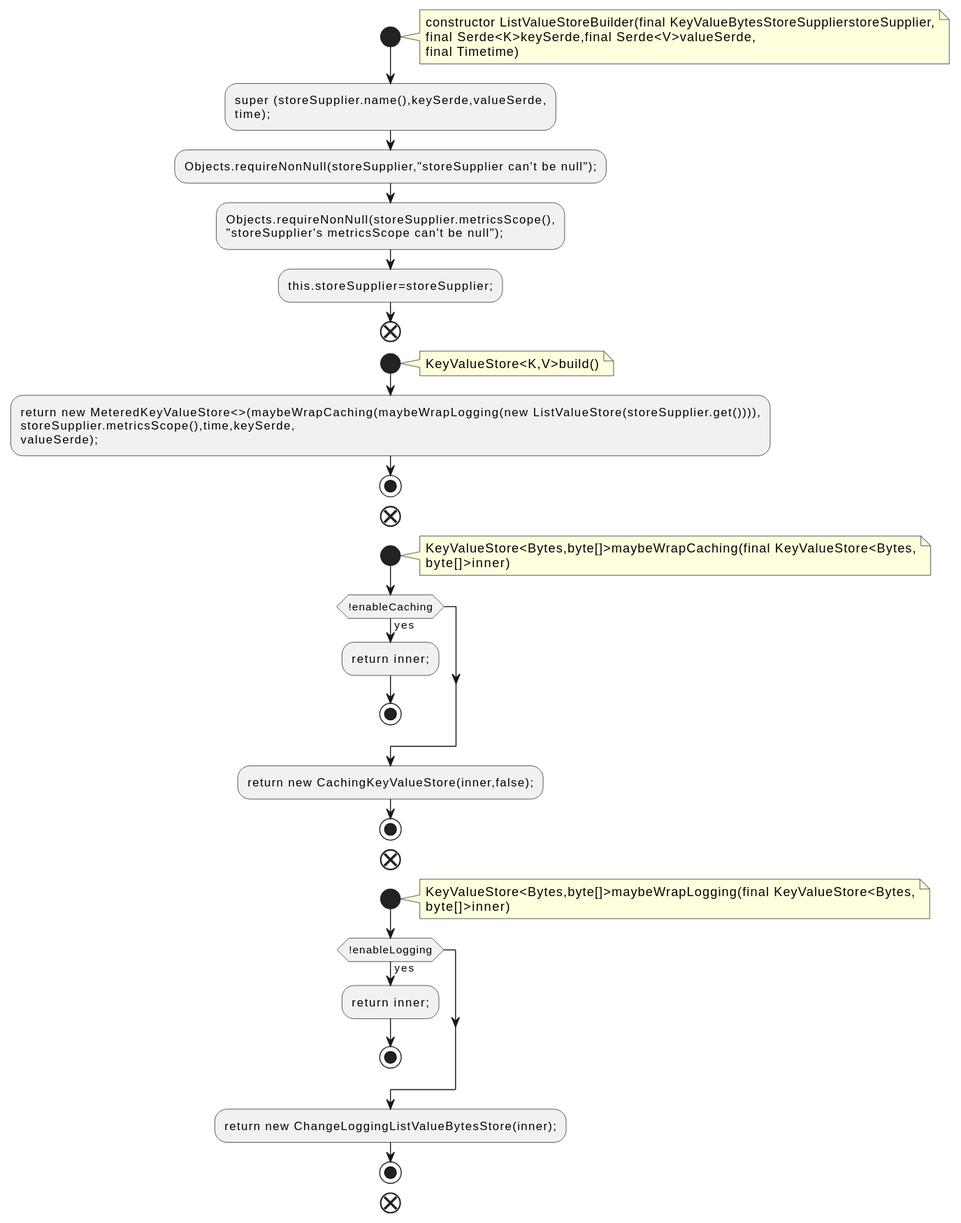
The PlantUML diagram docs/qc/streams/src/main/java/org/apache/kafka/streams/state/internals/ListValueStoreBuilder.java.fct.svg in qualitesys/kafka, before a commit.
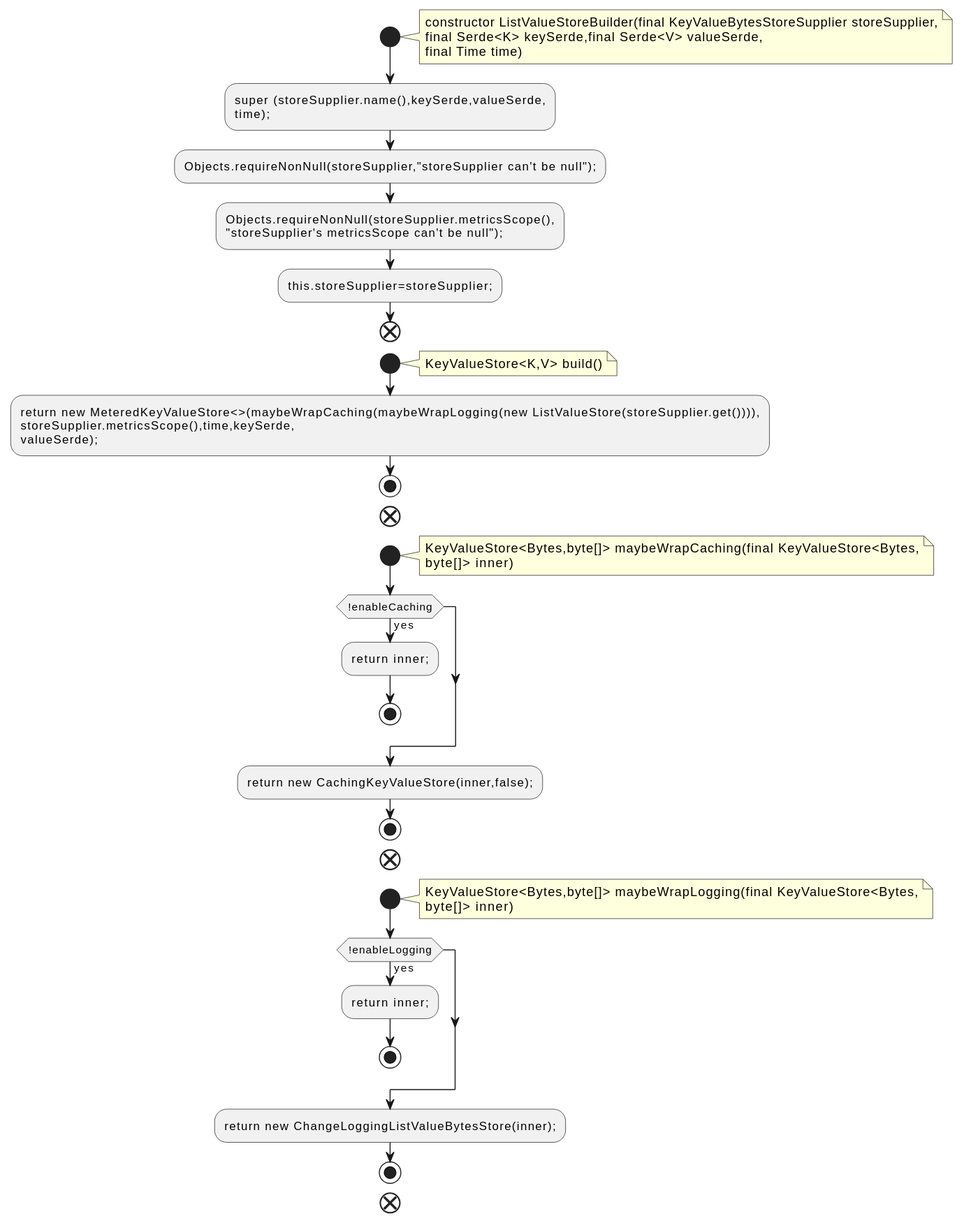
After the change.

Change to the diagram source:
```diff
@@ -2,9 +2,9 @@
 !pragma layout smetana
 start
 note right
-constructor ListValueStoreBuilder(final KeyValueBytesStoreSupplierstoreSupplier,
-final Serde<K>keySerde,final Serde<V>valueSerde,
-final Timetime)
+constructor ListValueStoreBuilder(final KeyValueBytesStoreSupplier storeSupplier,
+final Serde<K> keySerde,final Serde<V> valueSerde,
+final Time time)
 end note
 :super (storeSupplier.name(),keySerde,valueSerde,
 time);;
@@ -15,7 +15,7 @@
 end
 start
 note right
-KeyValueStore<K,V>build()
+KeyValueStore<K,V> build()
 end note
 :return new MeteredKeyValueStore<>(maybeWrapCaching(maybeWrapLogging(new ListValueStore(storeSupplier.get()))),
 storeSupplier.metricsScope(),time,keySerde,
@@ -24,8 +24,8 @@
 end
 start
 note right
-KeyValueStore<Bytes,byte[]>maybeWrapCaching(final KeyValueStore<Bytes,
-byte[]>inner)
+KeyValueStore<Bytes,byte[]> maybeWrapCaching(final KeyValueStore<Bytes,
+byte[]> inner)
 end note
 if (!enableCaching) then (yes)
 :return inner;;
@@ -36,8 +36,8 @@
 end
 start
 note right
-KeyValueStore<Bytes,byte[]>maybeWrapLogging(final KeyValueStore<Bytes,
-byte[]>inner)
+KeyValueStore<Bytes,byte[]> maybeWrapLogging(final KeyValueStore<Bytes,
+byte[]> inner)
 end note
 if (!enableLogging) then (yes)
 :return inner;;
```
